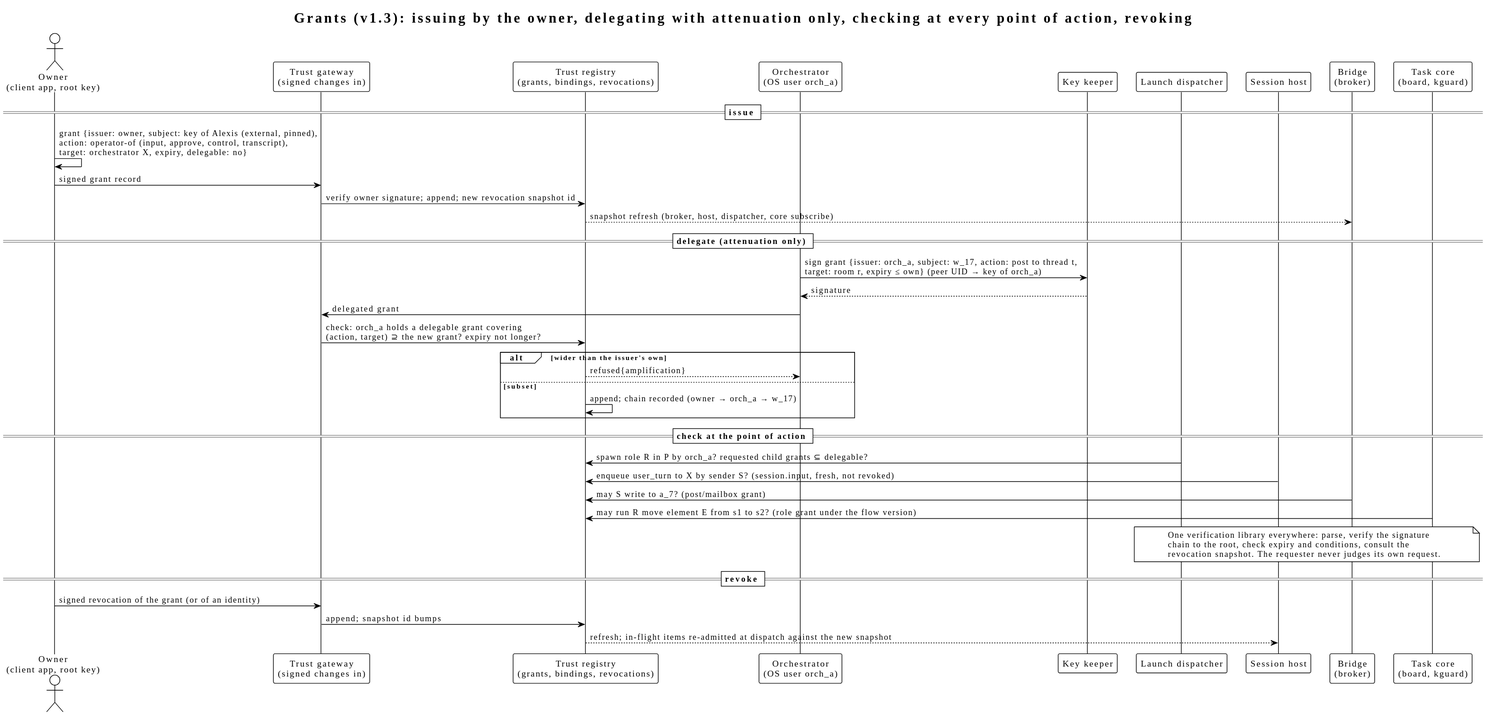
The PlantUML diagram diagrams/artefacts/plantuml/grant-issue-and-check.svg in relux-works/swarm-platform-architecture, before a commit.
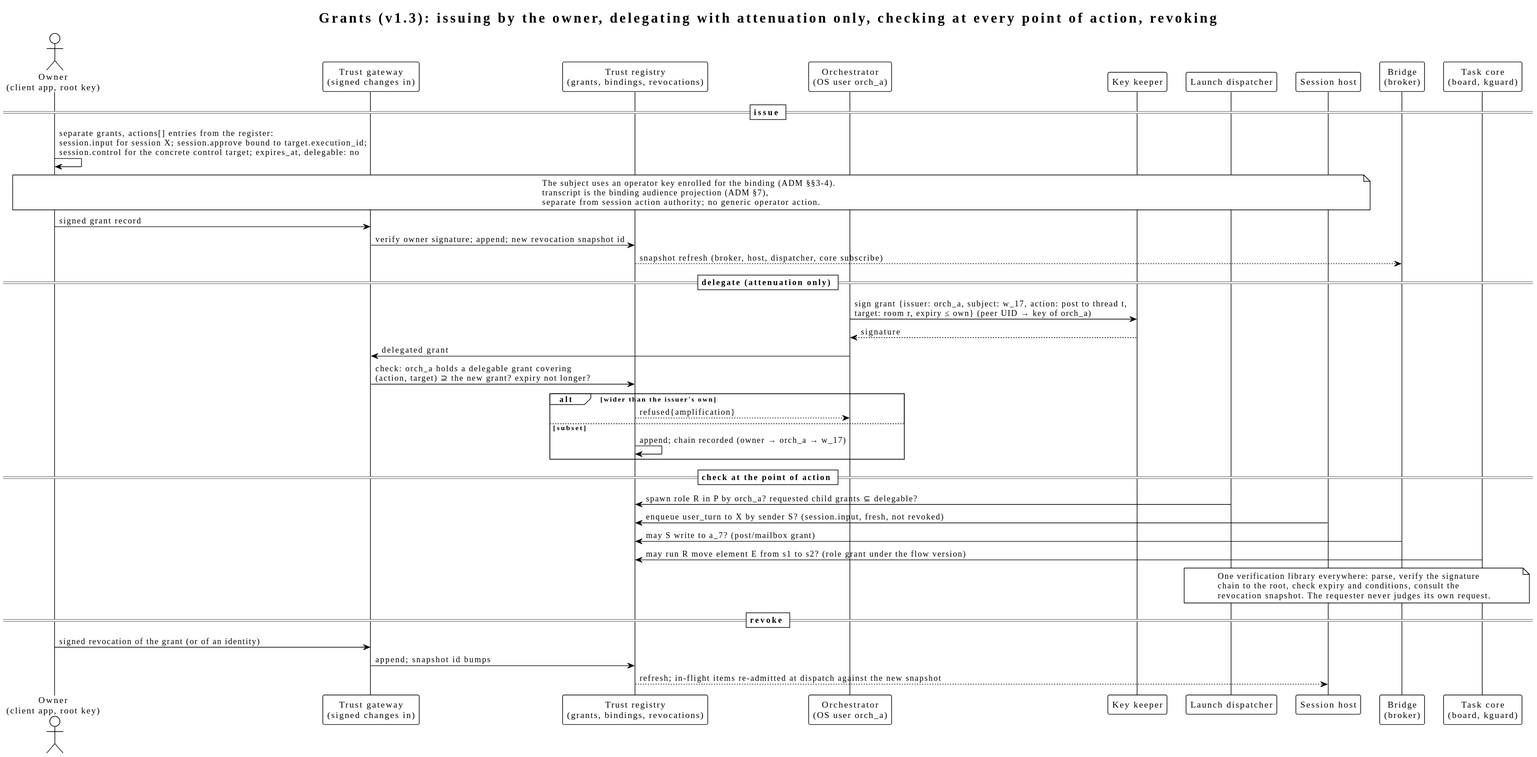
Later version of the same file.

The edit, as a diff of the source:
```diff
@@ -13,7 +13,12 @@
 participant "Task core\n(board, kguard)" as B
 
 == issue ==
-OW -> OW: grant {issuer: owner, subject: key of Alexis (external, pinned),\naction: operator-of (input, approve, control, transcript),\ntarget: orchestrator X, expiry, delegable: no}
+OW -> OW: separate grants, actions[] entries from the register:\nsession.input for session X; session.approve bound to target.execution_id;\nsession.control for the concrete control target; expires_at, delegable: no
+note over OW, SH
+  The subject uses an operator key enrolled for the binding (ADM §§3-4).
+  transcript is the binding audience projection (ADM §7),
+  separate from session action authority; no generic operator action.
+end note
 OW -> TG: signed grant record
 TG -> T: verify owner signature; append; new revocation snapshot id
 T --> BR: snapshot refresh (broker, host, dispatcher, core subscribe)
```
